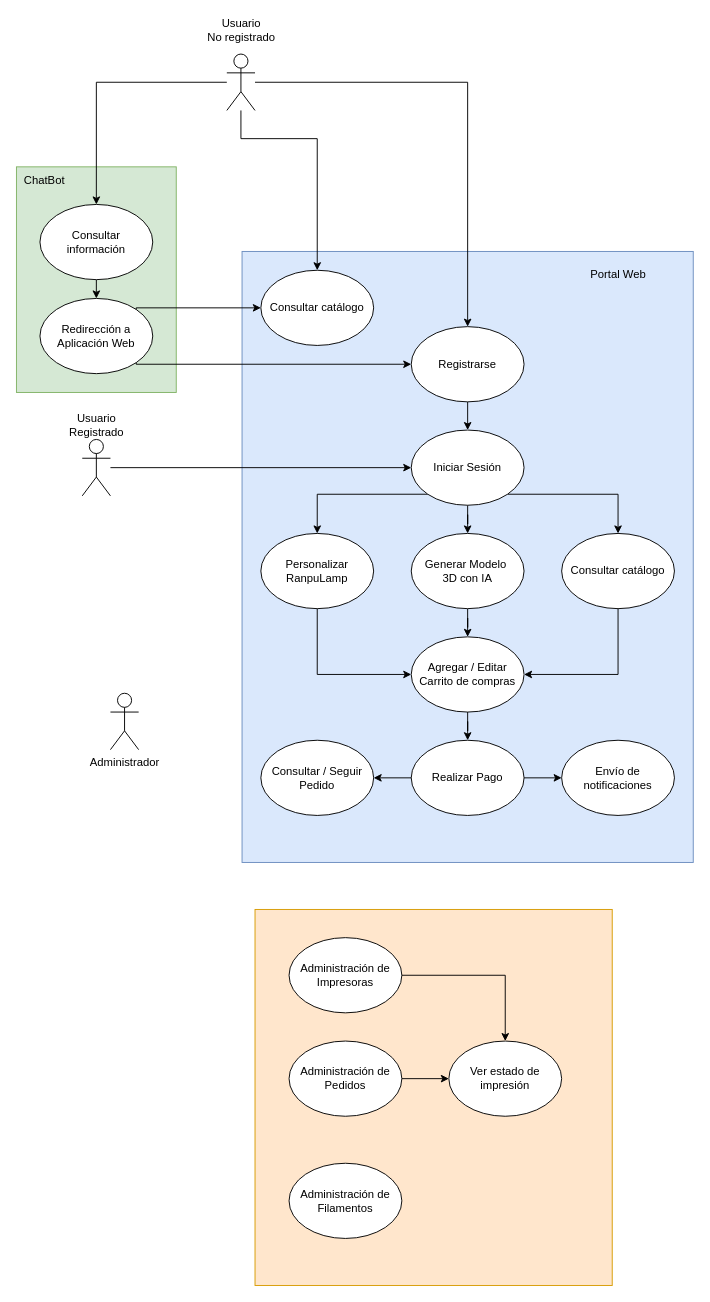
Earlier version of the draw.io diagram CasosDeUso.drawio (RanpuCode/RanpuDocumentation). Source tidied: cells renumbered, new cells numbered last; positions are measured from the earlier drawing's top-left corner, leaving out a move shared by most shapes. Both pictures are drawn from the tidied source at 94%, with x=0, y=0 at pixel (16, 16).
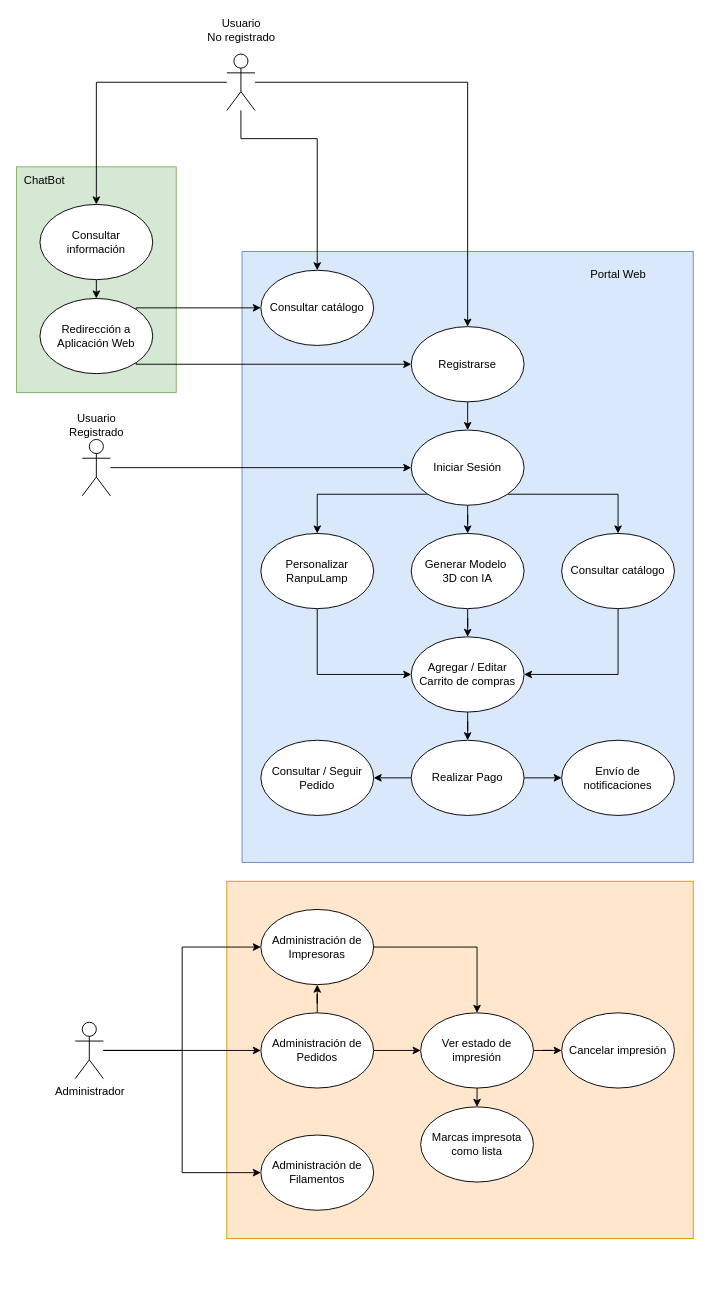
The same diagram, later.

What changed in the source:
```diff
@@
+    <mxCell id="7" style="rounded=0;whiteSpace=wrap;html=1;fillColor=#ffe6cc;strokeColor=#d79b00;" parent="1" vertex="1">
+      <mxGeometry x="223.8" y="920" width="496.2" height="380" as="geometry" />
+    </mxCell>
@@
+    <mxCell id="48" style="edgeStyle=orthogonalEdgeStyle;rounded=0;jettySize=auto;html=1;entryX=0;entryY=0.5;entryDx=0;entryDy=0;" parent="1" edge="1" source="5" target="9">
+      <mxGeometry relative="1" as="geometry" />
+    </mxCell>
+    <mxCell id="49" style="edgeStyle=orthogonalEdgeStyle;rounded=0;jettySize=auto;html=1;" parent="1" edge="1" source="5" target="12">
+      <mxGeometry relative="1" as="geometry" />
+    </mxCell>
+    <mxCell id="50" style="edgeStyle=orthogonalEdgeStyle;rounded=0;jettySize=auto;html=1;entryX=0;entryY=0.5;entryDx=0;entryDy=0;" parent="1" edge="1" source="5" target="10">
+      <mxGeometry relative="1" as="geometry" />
+    </mxCell>
     <mxCell id="5" value="Administrador" style="shape=umlActor;verticalLabelPosition=bottom;verticalAlign=top;html=1;outlineConnect=0;" parent="1" vertex="1">
-      <mxGeometry x="100" y="720" width="30" height="60" as="geometry" />
+      <mxGeometry x="62.5" y="1070" width="30" height="60" as="geometry" />
     </mxCell>
@@
-    <mxCell id="7" style="rounded=0;whiteSpace=wrap;html=1;fillColor=#ffe6cc;strokeColor=#d79b00;" parent="1" vertex="1">
-      <mxGeometry x="253.8" y="950" width="380" height="400" as="geometry" />
-    </mxCell>
@@
     <mxCell id="9" value="Administración de Impresoras" style="ellipse;whiteSpace=wrap;html=1;" parent="1" vertex="1">
-      <mxGeometry x="290" y="980" width="120" height="80" as="geometry" />
+      <mxGeometry x="260" y="950" width="120" height="80" as="geometry" />
     </mxCell>
     <mxCell id="10" value="Administración de Filamentos" style="ellipse;whiteSpace=wrap;html=1;" parent="1" vertex="1">
-      <mxGeometry x="290" y="1220" width="120" height="80" as="geometry" />
+      <mxGeometry x="260" y="1190" width="120" height="80" as="geometry" />
     </mxCell>
@@
+    <mxCell id="51" style="edgeStyle=orthogonalEdgeStyle;rounded=0;jettySize=auto;html=1;entryX=0.5;entryY=1;entryDx=0;entryDy=0;" parent="1" edge="1" source="12" target="9">
+      <mxGeometry relative="1" as="geometry" />
+    </mxCell>
     <mxCell id="12" value="Administración de Pedidos" style="ellipse;whiteSpace=wrap;html=1;" parent="1" vertex="1">
-      <mxGeometry x="290" y="1090" width="120" height="80" as="geometry" />
+      <mxGeometry x="260" y="1060" width="120" height="80" as="geometry" />
     </mxCell>
+    <mxCell id="52" style="edgeStyle=orthogonalEdgeStyle;rounded=0;jettySize=auto;html=1;" parent="1" edge="1" source="13" target="55">
+      <mxGeometry relative="1" as="geometry" />
+    </mxCell>
+    <mxCell id="53" style="edgeStyle=orthogonalEdgeStyle;rounded=0;jettySize=auto;html=1;exitX=0.5;exitY=1;exitDx=0;exitDy=0;entryX=0.5;entryY=0;entryDx=0;entryDy=0;" parent="1" edge="1" source="13" target="54">
+      <mxGeometry relative="1" as="geometry" />
+    </mxCell>
     <mxCell id="13" value="Ver estado de impresión" style="ellipse;whiteSpace=wrap;html=1;" parent="1" vertex="1">
-      <mxGeometry x="460" y="1090" width="120" height="80" as="geometry" />
+      <mxGeometry x="430" y="1060" width="120" height="80" as="geometry" />
     </mxCell>
@@
+    <mxCell id="54" value="Marcas impresota como lista" style="ellipse;whiteSpace=wrap;html=1;" parent="1" vertex="1">
+      <mxGeometry x="430" y="1160" width="120" height="80" as="geometry" />
+    </mxCell>
+    <mxCell id="55" value="Cancelar impresión" style="ellipse;whiteSpace=wrap;html=1;" parent="1" vertex="1">
+      <mxGeometry x="580" y="1060" width="120" height="80" as="geometry" />
+    </mxCell>
```
